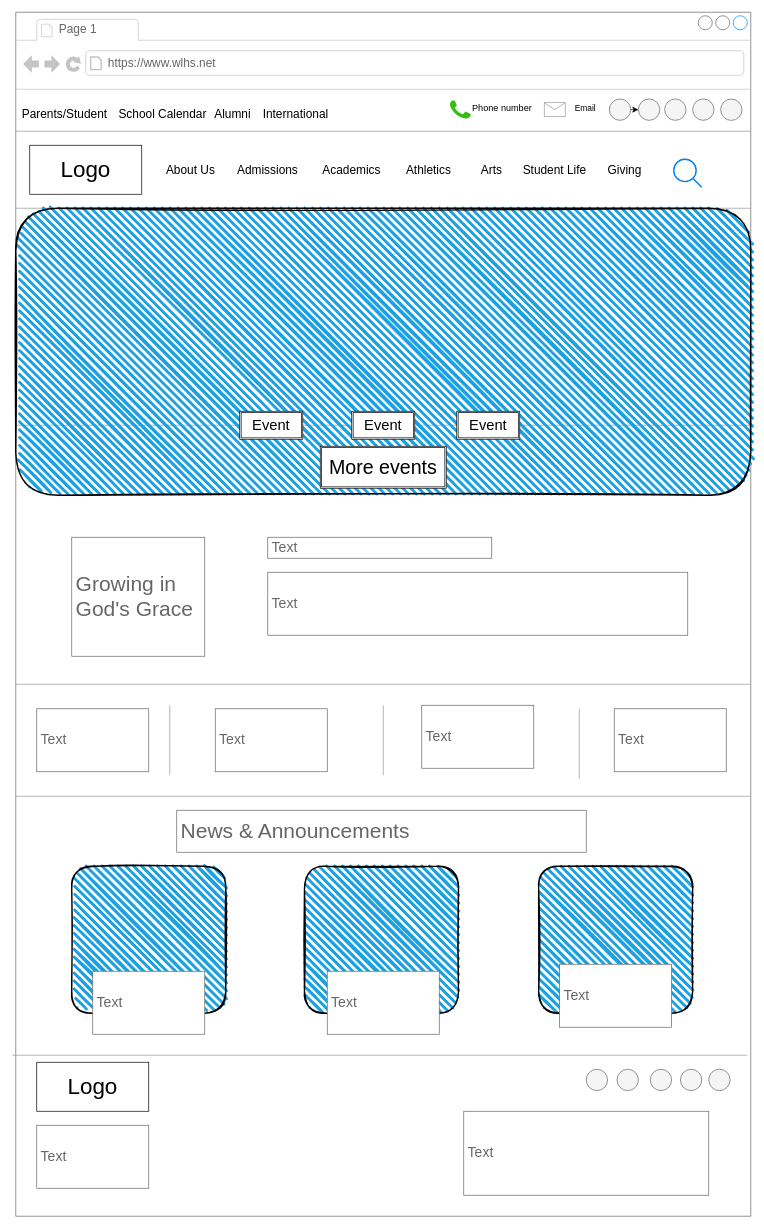
The draw.io diagram Untitled Diagram.drawio in MeredithD2/Hello-World1, before the edit. Source tidied: cells renumbered, new cells numbered last; positions are measured from the earlier drawing's top-left corner, leaving out a move shared by most shapes. Both pictures are drawn from the tidied source at 70%, with x=0, y=0 at pixel (12, 12).
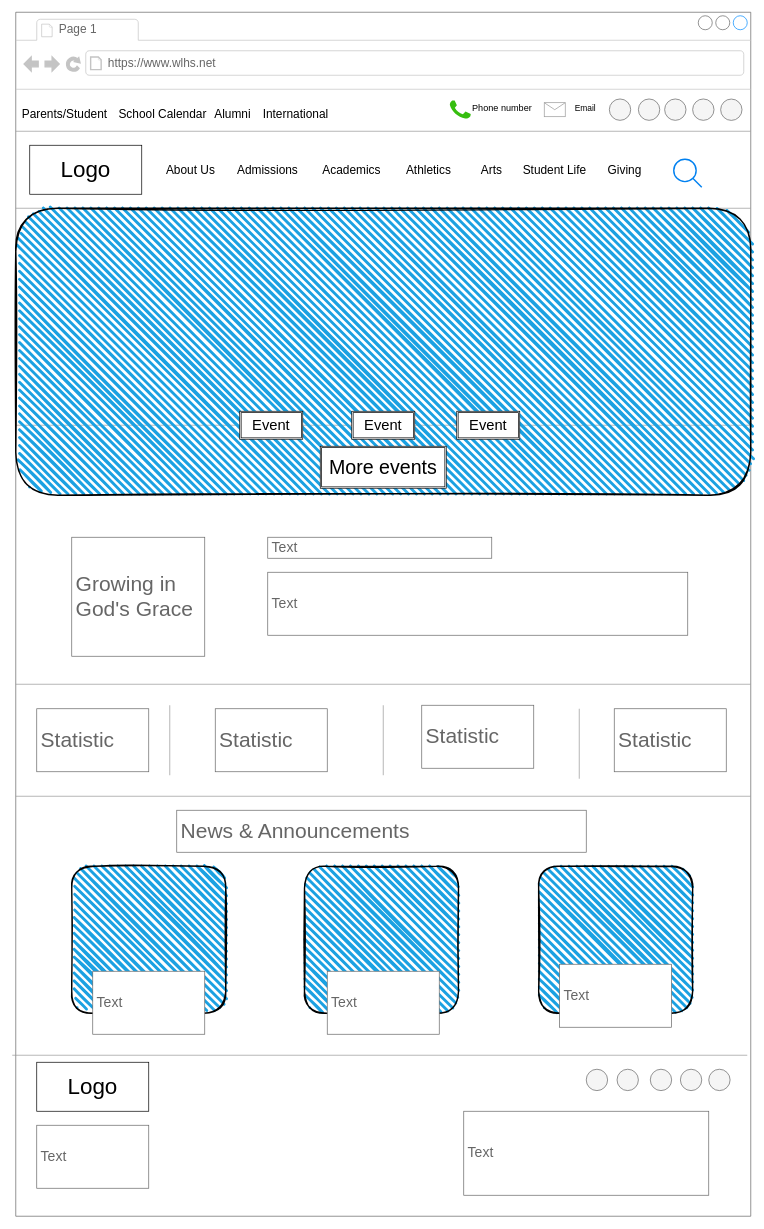
Above is the later version.

Unchanged cells that the change refers to:
```xml
<mxCell id="2" style="strokeWidth=1;shadow=0;dashed=0;align=center;html=1;shape=mxgraph.mockup.containers.browserWindow;rSize=0;strokeColor=#666666;mainText=,;rounded=0;labelBackgroundColor=none;fontFamily=Verdana;fontSize=12;" parent="1" vertex="1">
  <mxGeometry x="5" width="1050" height="1720" as="geometry" />
</mxCell>
<mxCell id="25" value="&lt;font style=&quot;font-size: 12px;&quot;&gt;Email&lt;/font&gt;" style="text;html=1;align=center;verticalAlign=middle;whiteSpace=wrap;rounded=0;fontSize=12;" parent="2" vertex="1">
  <mxGeometry x="780" y="122" width="68" height="30" as="geometry" />
</mxCell>
<mxCell id="29" style="ellipse;whiteSpace=wrap;html=1;labelBackgroundColor=#B3B3B3;fontColor=#333333;noLabel=1;fillColor=#f5f5f5;strokeColor=#666666;" parent="2" vertex="1">
  <mxGeometry x="889.5" y="123.9" width="30.5" height="30.5" as="geometry" />
</mxCell>
```

Diff of the diagram source:
```diff
@@
-    <mxCell id="24" style="edgeStyle=orthogonalEdgeStyle;rounded=0;jettySize=auto;html=1;" parent="2" edge="1" source="25" target="29">
-      <mxGeometry relative="1" as="geometry" />
-    </mxCell>
@@
-    <mxCell id="44" value="&lt;font style=&quot;font-size: 20px;&quot;&gt;Text&lt;/font&gt;" style="strokeWidth=1;shadow=0;dashed=0;align=center;html=1;shape=mxgraph.mockup.text.textBox;fontColor=#666666;align=left;fontSize=17;spacingLeft=4;spacingTop=-3;whiteSpace=wrap;strokeColor=#666666;mainText=;" parent="2" vertex="1">
+    <mxCell id="44" value="&lt;font style=&quot;font-size: 30px;&quot;&gt;Statistic&lt;/font&gt;" style="strokeWidth=1;shadow=0;dashed=0;align=center;html=1;shape=mxgraph.mockup.text.textBox;fontColor=#666666;align=left;fontSize=17;spacingLeft=4;spacingTop=-3;whiteSpace=wrap;strokeColor=#666666;mainText=;" parent="2" vertex="1">
       <mxGeometry x="30" y="995" width="160" height="90" as="geometry" />
     </mxCell>
-    <mxCell id="45" value="&lt;font style=&quot;font-size: 20px;&quot;&gt;Text&lt;/font&gt;" style="strokeWidth=1;shadow=0;dashed=0;align=center;html=1;shape=mxgraph.mockup.text.textBox;fontColor=#666666;align=left;fontSize=17;spacingLeft=4;spacingTop=-3;whiteSpace=wrap;strokeColor=#666666;mainText=;" parent="2" vertex="1">
+    <mxCell id="45" value="&lt;span style=&quot;font-size: 30px;&quot;&gt;Statistic&lt;/span&gt;" style="strokeWidth=1;shadow=0;dashed=0;align=center;html=1;shape=mxgraph.mockup.text.textBox;fontColor=#666666;align=left;fontSize=17;spacingLeft=4;spacingTop=-3;whiteSpace=wrap;strokeColor=#666666;mainText=;" parent="2" vertex="1">
       <mxGeometry x="285" y="995" width="160" height="90" as="geometry" />
     </mxCell>
-    <mxCell id="46" value="&lt;font style=&quot;font-size: 20px;&quot;&gt;Text&lt;/font&gt;" style="strokeWidth=1;shadow=0;dashed=0;align=center;html=1;shape=mxgraph.mockup.text.textBox;fontColor=#666666;align=left;fontSize=17;spacingLeft=4;spacingTop=-3;whiteSpace=wrap;strokeColor=#666666;mainText=;" parent="2" vertex="1">
+    <mxCell id="46" value="&lt;span style=&quot;font-size: 30px;&quot;&gt;Statistic&lt;/span&gt;" style="strokeWidth=1;shadow=0;dashed=0;align=center;html=1;shape=mxgraph.mockup.text.textBox;fontColor=#666666;align=left;fontSize=17;spacingLeft=4;spacingTop=-3;whiteSpace=wrap;strokeColor=#666666;mainText=;" parent="2" vertex="1">
       <mxGeometry x="580" y="990" width="160" height="90" as="geometry" />
     </mxCell>
-    <mxCell id="47" value="&lt;font style=&quot;font-size: 20px;&quot;&gt;Text&lt;/font&gt;" style="strokeWidth=1;shadow=0;dashed=0;align=center;html=1;shape=mxgraph.mockup.text.textBox;fontColor=#666666;align=left;fontSize=17;spacingLeft=4;spacingTop=-3;whiteSpace=wrap;strokeColor=#666666;mainText=;" parent="2" vertex="1">
+    <mxCell id="47" value="&lt;span style=&quot;font-size: 30px;&quot;&gt;Statistic&lt;/span&gt;" style="strokeWidth=1;shadow=0;dashed=0;align=center;html=1;shape=mxgraph.mockup.text.textBox;fontColor=#666666;align=left;fontSize=17;spacingLeft=4;spacingTop=-3;whiteSpace=wrap;strokeColor=#666666;mainText=;" parent="2" vertex="1">
       <mxGeometry x="855" y="995" width="160" height="90" as="geometry" />
     </mxCell>
```
